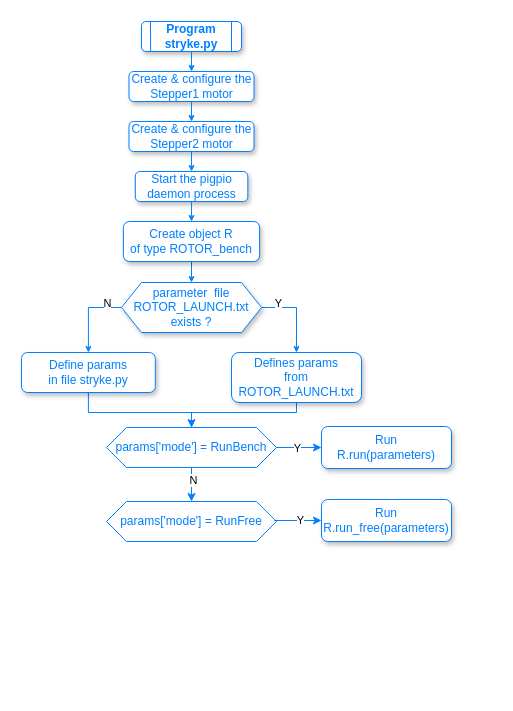
cjlux/Banc-Mesure-Rotor keeps this draw.io diagram as page "Flowchart-1" (2 of 7) of Docs/Diagrams/Rotor magnetic field measurement bench.drawio. Above is the earlier version. Source tidied: cells renumbered, new cells numbered last; positions are measured from the earlier drawing's top-left corner, leaving out a move shared by most shapes. Both pictures are drawn from the tidied source at 100%, with x=0, y=0 at pixel (21, 21).
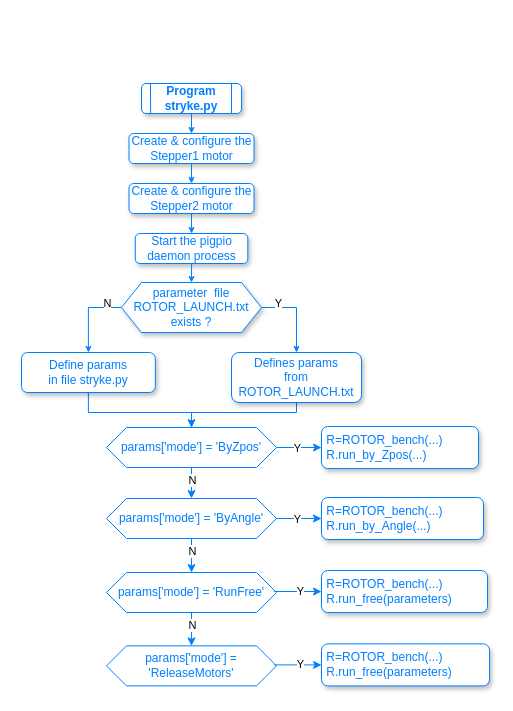
After the change.

Commit message:
Mettre à jour Rotor magnetic field measurement bench.drawio

The change refers to these unchanged cells:
```xml
<mxCell id="17" value="parameter&amp;nbsp; file&lt;br&gt;&lt;div&gt;ROTOR_LAUNCH.txt&lt;br&gt;exists ?&lt;/div&gt;" style="shape=hexagon;perimeter=hexagonPerimeter2;whiteSpace=wrap;html=1;fixedSize=1;strokeColor=#007FFF;fontColor=#007FFF;shadow=1;" parent="1" vertex="1">
  <mxGeometry x="100" y="261" width="140" height="50" as="geometry" />
</mxCell>
```

Change to the diagram source:
```diff
@@
     <mxCell id="2" value="Program&lt;br&gt;stryke.py" style="rounded=1;whiteSpace=wrap;html=1;strokeColor=#007FFF;fontColor=#007FFF;fontStyle=1;shadow=1;" parent="1" vertex="1">
-      <mxGeometry x="120" width="100" height="30" as="geometry" />
+      <mxGeometry x="120" y="62" width="100" height="30" as="geometry" />
     </mxCell>
     <mxCell id="3" style="endArrow=none;html=1;rounded=0;exitX=0.091;exitY=1.012;exitDx=0;exitDy=0;exitPerimeter=0;fontColor=#007FFF;strokeColor=#007FFF;" parent="1" edge="1">
       <mxGeometry relative="1" as="geometry">
-        <mxPoint x="129.1" y="30" as="sourcePoint" />
-        <mxPoint x="129" as="targetPoint" />
+        <mxPoint x="129.1" y="92" as="sourcePoint" />
+        <mxPoint x="129" y="62" as="targetPoint" />
       </mxGeometry>
     </mxCell>
     <mxCell id="4" style="endArrow=none;html=1;rounded=0;exitX=0.091;exitY=1.012;exitDx=0;exitDy=0;exitPerimeter=0;fontColor=#007FFF;strokeColor=#007FFF;" parent="1" edge="1">
       <mxGeometry relative="1" as="geometry">
-        <mxPoint x="210" y="30" as="sourcePoint" />
-        <mxPoint x="210" as="targetPoint" />
+        <mxPoint x="210" y="92" as="sourcePoint" />
+        <mxPoint x="210" y="62" as="targetPoint" />
       </mxGeometry>
     </mxCell>
@@
     <mxCell id="6" value="Create &amp;amp; configure the&lt;br&gt; Stepper1 motor" style="rounded=1;whiteSpace=wrap;html=1;glass=0;strokeColor=#007FFF;shadow=1;fontColor=#007FFF;" parent="1" vertex="1">
-      <mxGeometry x="107.5" y="50" width="125" height="30" as="geometry" />
+      <mxGeometry x="107.5" y="112" width="125" height="30" as="geometry" />
     </mxCell>
     <mxCell id="7" value="Create &amp;amp; configure the&lt;br&gt; Stepper2 motor" style="rounded=1;whiteSpace=wrap;html=1;glass=0;strokeColor=#007FFF;shadow=1;fontColor=#007FFF;" parent="1" vertex="1">
-      <mxGeometry x="107.5" y="100" width="125" height="30" as="geometry" />
+      <mxGeometry x="107.5" y="162" width="125" height="30" as="geometry" />
     </mxCell>
     <mxCell id="8" value="Start the pigpio&lt;br&gt;daemon process" style="rounded=1;whiteSpace=wrap;html=1;glass=0;strokeColor=#007FFF;shadow=1;fontColor=#007FFF;" parent="1" vertex="1">
-      <mxGeometry x="113.8" y="150" width="112.5" height="30" as="geometry" />
+      <mxGeometry x="113.8" y="212" width="112.5" height="30" as="geometry" />
     </mxCell>
@@
-    <mxCell id="20" style="endArrow=classic;html=1;rounded=0;exitX=0.5;exitY=1;exitDx=0;exitDy=0;endFill=1;strokeColor=#007FFF;jumpSize=6;endSize=4;entryX=0.5;entryY=0;entryDx=0;entryDy=0;" parent="1" edge="1" source="8" target="26">
+    <mxCell id="20" style="endArrow=classic;html=1;rounded=0;exitX=0.5;exitY=1;exitDx=0;exitDy=0;endFill=1;strokeColor=#007FFF;jumpSize=6;endSize=4;entryX=0.5;entryY=0;entryDx=0;entryDy=0;" parent="1" edge="1" source="8" target="17">
       <mxGeometry relative="1" as="geometry" />
     </mxCell>
-    <mxCell id="21" style="edgeStyle=orthogonalEdgeStyle;rounded=0;jettySize=auto;html=1;exitX=0.5;exitY=1;exitDx=0;exitDy=0;entryX=0.5;entryY=0;entryDx=0;entryDy=0;strokeColor=#007FFF;" parent="1" edge="1" source="23" target="24">
+    <mxCell id="21" style="edgeStyle=orthogonalEdgeStyle;rounded=0;jettySize=auto;html=1;exitX=0.5;exitY=1;exitDx=0;exitDy=0;entryX=0.5;entryY=0;entryDx=0;entryDy=0;strokeColor=#007FFF;" parent="1" edge="1" source="23" target="33">
       <mxGeometry relative="1" as="geometry" />
     </mxCell>
     <mxCell id="22" value="N" style="edgeLabel;html=1;align=center;verticalAlign=middle;" parent="21" vertex="1">
-      <mxGeometry x="-0.31" y="1" relative="1" as="geometry" />
+      <mxGeometry x="-0.31" y="1" relative="1" as="geometry">
+        <mxPoint x="-1" y="1" as="offset" />
+      </mxGeometry>
     </mxCell>
-    <mxCell id="23" value="params['mode'] = RunBench" style="shape=hexagon;perimeter=hexagonPerimeter2;whiteSpace=wrap;html=1;fixedSize=1;strokeColor=#007FFF;fontColor=#007FFF;" parent="1" vertex="1">
+    <mxCell id="23" value="params['mode'] = 'ByZpos'" style="shape=hexagon;perimeter=hexagonPerimeter2;whiteSpace=wrap;html=1;fixedSize=1;strokeColor=#007FFF;fontColor=#007FFF;" parent="1" vertex="1">
       <mxGeometry x="85" y="406" width="170" height="40" as="geometry" />
     </mxCell>
-    <mxCell id="24" value="params['mode'] = RunFree" style="shape=hexagon;perimeter=hexagonPerimeter2;whiteSpace=wrap;html=1;fixedSize=1;strokeColor=#007FFF;fontColor=#007FFF;" parent="1" vertex="1">
-      <mxGeometry x="85" y="480" width="170" height="40" as="geometry" />
+    <mxCell id="24" value="params['mode'] = 'RunFree'" style="shape=hexagon;perimeter=hexagonPerimeter2;whiteSpace=wrap;html=1;fixedSize=1;strokeColor=#007FFF;fontColor=#007FFF;" parent="1" vertex="1">
+      <mxGeometry x="85" y="551" width="170" height="40" as="geometry" />
     </mxCell>
-    <mxCell id="25" style="edgeStyle=orthogonalEdgeStyle;rounded=0;jettySize=auto;html=1;exitX=0.5;exitY=1;exitDx=0;exitDy=0;entryX=0.5;entryY=0;entryDx=0;entryDy=0;fontColor=#007FFF;strokeColor=#007FFF;endSize=4;" parent="1" edge="1" source="26" target="17">
-      <mxGeometry relative="1" as="geometry" />
-    </mxCell>
-    <mxCell id="26" value="Create object R&lt;br&gt;of type ROTOR_bench" style="rounded=1;whiteSpace=wrap;html=1;glass=0;strokeColor=#007FFF;shadow=1;fontColor=#007FFF;" parent="1" vertex="1">
-      <mxGeometry x="101.9" y="200" width="136.2" height="40" as="geometry" />
-    </mxCell>
-    <mxCell id="27" value="Run&lt;br&gt;R.run(parameters)" style="rounded=1;whiteSpace=wrap;html=1;glass=0;strokeColor=#007FFF;shadow=1;fontColor=#007FFF;" parent="1" vertex="1">
-      <mxGeometry x="300" y="405" width="130" height="42" as="geometry" />
+    <mxCell id="27" value="&lt;div align=&quot;left&quot;&gt;&amp;nbsp;R=ROTOR_bench(...)&lt;br&gt;&lt;/div&gt;&lt;div align=&quot;left&quot;&gt;&amp;nbsp;R.run_by_Zpos(...)&lt;/div&gt;" style="rounded=1;whiteSpace=wrap;html=1;glass=0;strokeColor=#007FFF;shadow=1;fontColor=#007FFF;align=left;" parent="1" vertex="1">
+      <mxGeometry x="300" y="405" width="157" height="42" as="geometry" />
     </mxCell>
@@
-    <mxCell id="30" value="Run R.run_free(parameters)" style="rounded=1;whiteSpace=wrap;html=1;glass=0;strokeColor=#007FFF;shadow=1;fontColor=#007FFF;" parent="1" vertex="1">
-      <mxGeometry x="300" y="478" width="130" height="42" as="geometry" />
+    <mxCell id="30" value="&lt;div align=&quot;left&quot;&gt;&amp;nbsp;R=ROTOR_bench(...)&lt;/div&gt;&lt;div align=&quot;left&quot;&gt;&amp;nbsp;R.run_free(parameters)&lt;/div&gt;" style="rounded=1;whiteSpace=wrap;html=1;glass=0;strokeColor=#007FFF;shadow=1;fontColor=#007FFF;align=left;" parent="1" vertex="1">
+      <mxGeometry x="300" y="549" width="166" height="42" as="geometry" />
     </mxCell>
@@
+    <mxCell id="33" value="params['mode'] = 'ByAngle'" style="shape=hexagon;perimeter=hexagonPerimeter2;whiteSpace=wrap;html=1;fixedSize=1;strokeColor=#007FFF;fontColor=#007FFF;" parent="1" vertex="1">
+      <mxGeometry x="85" y="477" width="170" height="40" as="geometry" />
+    </mxCell>
+    <mxCell id="34" value="&lt;div align=&quot;left&quot;&gt;&amp;nbsp;R=ROTOR_bench(...)&lt;br&gt;&amp;nbsp;R.run_by_Angle(...)&lt;/div&gt;" style="rounded=1;whiteSpace=wrap;html=1;glass=0;strokeColor=#007FFF;shadow=1;fontColor=#007FFF;align=left;" parent="1" vertex="1">
+      <mxGeometry x="300" y="476" width="162" height="42" as="geometry" />
+    </mxCell>
+    <mxCell id="35" style="edgeStyle=orthogonalEdgeStyle;rounded=0;jettySize=auto;html=1;entryX=0;entryY=0.5;entryDx=0;entryDy=0;strokeColor=#007FFF;" parent="1" edge="1" source="33" target="34">
+      <mxGeometry relative="1" as="geometry" />
+    </mxCell>
+    <mxCell id="36" value="Y" style="edgeLabel;html=1;align=center;verticalAlign=middle;" parent="35" vertex="1">
+      <mxGeometry x="-0.09" relative="1" as="geometry" />
+    </mxCell>
+    <mxCell id="37" style="edgeStyle=orthogonalEdgeStyle;rounded=0;jettySize=auto;html=1;exitX=0.5;exitY=1;exitDx=0;exitDy=0;entryX=0.5;entryY=0;entryDx=0;entryDy=0;strokeColor=#007FFF;" parent="1" edge="1" source="33" target="24">
+      <mxGeometry relative="1" as="geometry" />
+    </mxCell>
+    <mxCell id="38" value="N" style="edgeLabel;html=1;align=center;verticalAlign=middle;" parent="37" vertex="1">
+      <mxGeometry x="-0.31" y="1" relative="1" as="geometry">
+        <mxPoint x="-1" as="offset" />
+      </mxGeometry>
+    </mxCell>
+    <mxCell id="39" value="params['mode'] = 'ReleaseMotors'" style="shape=hexagon;perimeter=hexagonPerimeter2;whiteSpace=wrap;html=1;fixedSize=1;strokeColor=#007FFF;fontColor=#007FFF;" parent="1" vertex="1">
+      <mxGeometry x="85" y="624.4" width="170" height="40" as="geometry" />
+    </mxCell>
+    <mxCell id="40" value="&lt;div align=&quot;left&quot;&gt;&amp;nbsp;R=ROTOR_bench(...)&amp;nbsp;&amp;nbsp;&amp;nbsp;&amp;nbsp;&lt;/div&gt;&lt;div align=&quot;left&quot;&gt;&amp;nbsp;R.run_free(parameters)&lt;/div&gt;" style="rounded=1;whiteSpace=wrap;html=1;glass=0;strokeColor=#007FFF;shadow=1;fontColor=#007FFF;align=left;" parent="1" vertex="1">
+      <mxGeometry x="300" y="622.4" width="168" height="42" as="geometry" />
+    </mxCell>
+    <mxCell id="41" style="edgeStyle=orthogonalEdgeStyle;rounded=0;jettySize=auto;html=1;entryX=0;entryY=0.5;entryDx=0;entryDy=0;exitX=0.986;exitY=0.475;exitDx=0;exitDy=0;exitPerimeter=0;strokeColor=#007FFF;" parent="1" edge="1" source="39" target="40">
+      <mxGeometry relative="1" as="geometry" />
+    </mxCell>
+    <mxCell id="42" value="Y" style="edgeLabel;html=1;align=center;verticalAlign=middle;" parent="41" vertex="1">
+      <mxGeometry x="0.11" y="1" relative="1" as="geometry" />
+    </mxCell>
+    <mxCell id="43" style="edgeStyle=orthogonalEdgeStyle;rounded=0;jettySize=auto;html=1;exitX=0.5;exitY=1;exitDx=0;exitDy=0;entryX=0.5;entryY=0;entryDx=0;entryDy=0;strokeColor=#007FFF;" parent="1" edge="1" source="24" target="39">
+      <mxGeometry relative="1" as="geometry" />
+    </mxCell>
+    <mxCell id="44" value="N" style="edgeLabel;html=1;align=center;verticalAlign=middle;" parent="43" vertex="1">
+      <mxGeometry x="-0.31" y="1" relative="1" as="geometry">
+        <mxPoint x="-1" as="offset" />
+      </mxGeometry>
+    </mxCell>
```
